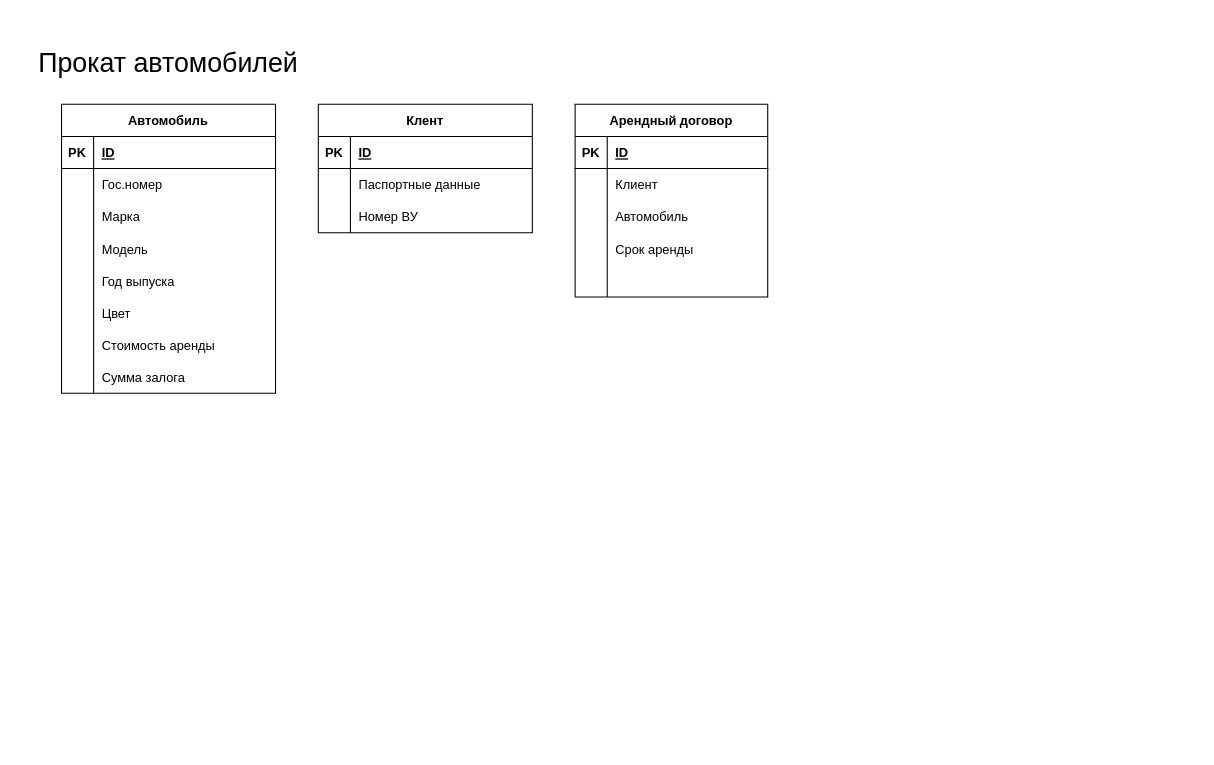
Before: er/market.drawio in agrowein/database-project, a draw.io diagram. Source tidied: cells renumbered, new cells numbered last; positions are measured from the earlier drawing's top-left corner, leaving out a move shared by most shapes. Both pictures are drawn from the tidied source at 107%, with x=0, y=0 at pixel (18, 18).
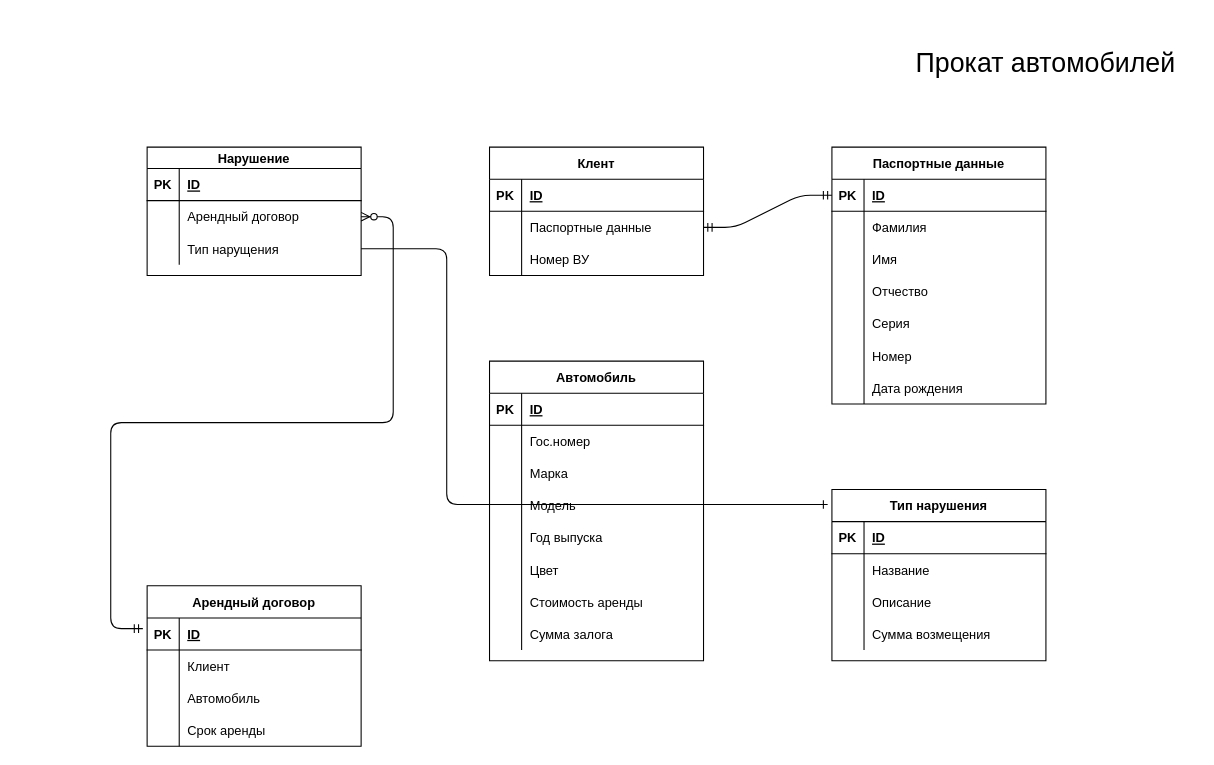
The same diagram, later.

Unchanged cells that the change refers to:
```xml
<mxCell id="32" style="shape=partialRectangle;fillColor=none;top=0;left=0;bottom=0;right=0;points=[[0,0.5],[1,0.5]];portConstraint=eastwest;" parent="28" vertex="1">
  <mxGeometry y="60" width="200" height="30" as="geometry" />
</mxCell>
```

Diff of the diagram source:
```diff
@@
     <mxCell id="2" value="&lt;font style=&quot;font-size: 25px&quot;&gt;Прокат автомобилей&lt;/font&gt;" style="text;html=1;strokeColor=none;fillColor=none;align=center;verticalAlign=middle;whiteSpace=wrap;rounded=0;" parent="1" vertex="1">
-      <mxGeometry width="280" height="80" as="geometry" />
+      <mxGeometry x="820" width="280" height="80" as="geometry" />
     </mxCell>
     <mxCell id="3" value="Автомобиль" style="shape=table;startSize=30;childLayout=tableLayout;rowLines=0;fontStyle=1;align=center;" parent="1" vertex="1">
-      <mxGeometry x="40" y="80" width="200" height="270" as="geometry" />
+      <mxGeometry x="440" y="320" width="200" height="280" as="geometry" />
     </mxCell>
@@
     <mxCell id="28" value="Клент" style="shape=table;startSize=30;childLayout=tableLayout;rowLines=0;fontStyle=1;align=center;" parent="1" vertex="1">
-      <mxGeometry x="280" y="80" width="200" height="120" as="geometry" />
+      <mxGeometry x="440" y="120" width="200" height="120" as="geometry" />
     </mxCell>
@@
     <mxCell id="38" value="Арендный договор" style="shape=table;startSize=30;childLayout=tableLayout;rowLines=0;fontStyle=1;align=center;" parent="1" vertex="1">
-      <mxGeometry x="520" y="80" width="180" height="180" as="geometry" />
+      <mxGeometry x="120" y="530" width="200" height="150" as="geometry" />
     </mxCell>
     <mxCell id="39" style="shape=partialRectangle;fillColor=none;top=0;left=0;bottom=1;right=0;" parent="38" vertex="1">
-      <mxGeometry y="30" width="180" height="30" as="geometry" />
+      <mxGeometry y="30" width="200" height="30" as="geometry" />
     </mxCell>
@@
     <mxCell id="41" value="ID" style="shape=partialRectangle;fillColor=none;top=0;left=0;bottom=0;right=0;align=left;spacingLeft=6;fontStyle=5;overflow=hidden;" parent="39" vertex="1">
-      <mxGeometry x="30" width="150" height="30" as="geometry" />
+      <mxGeometry x="30" width="170" height="30" as="geometry" />
     </mxCell>
     <mxCell id="42" style="shape=partialRectangle;fillColor=none;top=0;left=0;bottom=0;right=0;" parent="38" vertex="1">
-      <mxGeometry y="60" width="180" height="30" as="geometry" />
+      <mxGeometry y="60" width="200" height="30" as="geometry" />
     </mxCell>
@@
     <mxCell id="44" value="Клиент" style="shape=partialRectangle;fillColor=none;top=0;left=0;bottom=0;right=0;align=left;spacingLeft=6;overflow=hidden;" parent="42" vertex="1">
-      <mxGeometry x="30" width="150" height="30" as="geometry" />
+      <mxGeometry x="30" width="170" height="30" as="geometry" />
     </mxCell>
     <mxCell id="45" style="shape=partialRectangle;fillColor=none;top=0;left=0;bottom=0;right=0;" parent="38" vertex="1">
-      <mxGeometry y="90" width="180" height="30" as="geometry" />
+      <mxGeometry y="90" width="200" height="30" as="geometry" />
     </mxCell>
@@
     <mxCell id="47" value="Автомобиль" style="shape=partialRectangle;fillColor=none;top=0;left=0;bottom=0;right=0;align=left;spacingLeft=6;overflow=hidden;" parent="45" vertex="1">
-      <mxGeometry x="30" width="150" height="30" as="geometry" />
+      <mxGeometry x="30" width="170" height="30" as="geometry" />
     </mxCell>
     <mxCell id="48" style="shape=partialRectangle;fillColor=none;top=0;left=0;bottom=0;right=0;" parent="38" vertex="1">
-      <mxGeometry y="120" width="180" height="30" as="geometry" />
+      <mxGeometry y="120" width="200" height="30" as="geometry" />
     </mxCell>
@@
     <mxCell id="50" value="Срок аренды" style="shape=partialRectangle;fillColor=none;top=0;left=0;bottom=0;right=0;align=left;spacingLeft=6;overflow=hidden;" parent="48" vertex="1">
-      <mxGeometry x="30" width="150" height="30" as="geometry" />
+      <mxGeometry x="30" width="170" height="30" as="geometry" />
     </mxCell>
-    <mxCell id="51" style="shape=partialRectangle;fillColor=none;top=0;left=0;bottom=0;right=0;" parent="38" vertex="1">
-      <mxGeometry y="150" width="180" height="30" as="geometry" />
-    </mxCell>
-    <mxCell id="52" style="shape=partialRectangle;fillColor=none;top=0;left=0;bottom=0;right=0;overflow=hidden;" parent="51" vertex="1">
-      <mxGeometry width="30" height="30" as="geometry" />
-    </mxCell>
-    <mxCell id="53" style="shape=partialRectangle;fillColor=none;top=0;left=0;bottom=0;right=0;align=left;spacingLeft=6;overflow=hidden;" parent="51" vertex="1">
-      <mxGeometry x="30" width="150" height="30" as="geometry" />
-    </mxCell>
+    <mxCell id="54" value="Паспортные данные" style="shape=table;startSize=30;childLayout=tableLayout;rowLines=0;fontStyle=1;align=center;" parent="1" vertex="1">
+      <mxGeometry x="760" y="120" width="200" height="240" as="geometry" />
+    </mxCell>
+    <mxCell id="55" style="shape=partialRectangle;fillColor=none;top=0;left=0;bottom=1;right=0;points=[[0,0.5],[1,0.5]];portConstraint=eastwest;" parent="54" vertex="1">
+      <mxGeometry y="30" width="200" height="30" as="geometry" />
+    </mxCell>
+    <mxCell id="56" value="PK" style="shape=partialRectangle;fillColor=none;top=0;left=0;bottom=0;right=0;fontStyle=1;overflow=hidden;" parent="55" vertex="1">
+      <mxGeometry width="30" height="30" as="geometry" />
+    </mxCell>
+    <mxCell id="57" value="ID" style="shape=partialRectangle;fillColor=none;top=0;left=0;bottom=0;right=0;align=left;spacingLeft=6;fontStyle=5;overflow=hidden;" parent="55" vertex="1">
+      <mxGeometry x="30" width="170" height="30" as="geometry" />
+    </mxCell>
+    <mxCell id="58" style="shape=partialRectangle;fillColor=none;top=0;left=0;bottom=0;right=0;" parent="54" vertex="1">
+      <mxGeometry y="60" width="200" height="30" as="geometry" />
+    </mxCell>
+    <mxCell id="59" style="shape=partialRectangle;fillColor=none;top=0;left=0;bottom=0;right=0;overflow=hidden;" parent="58" vertex="1">
+      <mxGeometry width="30" height="30" as="geometry" />
+    </mxCell>
+    <mxCell id="60" value="Фамилия" style="shape=partialRectangle;fillColor=none;top=0;left=0;bottom=0;right=0;align=left;spacingLeft=6;overflow=hidden;" parent="58" vertex="1">
+      <mxGeometry x="30" width="170" height="30" as="geometry" />
+    </mxCell>
+    <mxCell id="61" style="shape=partialRectangle;fillColor=none;top=0;left=0;bottom=0;right=0;" parent="54" vertex="1">
+      <mxGeometry y="90" width="200" height="30" as="geometry" />
+    </mxCell>
+    <mxCell id="62" style="shape=partialRectangle;fillColor=none;top=0;left=0;bottom=0;right=0;overflow=hidden;" parent="61" vertex="1">
+      <mxGeometry width="30" height="30" as="geometry" />
+    </mxCell>
+    <mxCell id="63" value="Имя" style="shape=partialRectangle;fillColor=none;top=0;left=0;bottom=0;right=0;align=left;spacingLeft=6;overflow=hidden;" parent="61" vertex="1">
+      <mxGeometry x="30" width="170" height="30" as="geometry" />
+    </mxCell>
+    <mxCell id="64" style="shape=partialRectangle;fillColor=none;top=0;left=0;bottom=0;right=0;" parent="54" vertex="1">
+      <mxGeometry y="120" width="200" height="30" as="geometry" />
+    </mxCell>
+    <mxCell id="65" style="shape=partialRectangle;fillColor=none;top=0;left=0;bottom=0;right=0;overflow=hidden;" parent="64" vertex="1">
+      <mxGeometry width="30" height="30" as="geometry" />
+    </mxCell>
+    <mxCell id="66" value="Отчество" style="shape=partialRectangle;fillColor=none;top=0;left=0;bottom=0;right=0;align=left;spacingLeft=6;overflow=hidden;" parent="64" vertex="1">
+      <mxGeometry x="30" width="170" height="30" as="geometry" />
+    </mxCell>
+    <mxCell id="67" style="shape=partialRectangle;fillColor=none;top=0;left=0;bottom=0;right=0;" parent="54" vertex="1">
+      <mxGeometry y="150" width="200" height="30" as="geometry" />
+    </mxCell>
+    <mxCell id="68" style="shape=partialRectangle;fillColor=none;top=0;left=0;bottom=0;right=0;overflow=hidden;" parent="67" vertex="1">
+      <mxGeometry width="30" height="30" as="geometry" />
+    </mxCell>
+    <mxCell id="69" value="Серия" style="shape=partialRectangle;fillColor=none;top=0;left=0;bottom=0;right=0;align=left;spacingLeft=6;overflow=hidden;" parent="67" vertex="1">
+      <mxGeometry x="30" width="170" height="30" as="geometry" />
+    </mxCell>
+    <mxCell id="70" style="shape=partialRectangle;fillColor=none;top=0;left=0;bottom=0;right=0;" parent="54" vertex="1">
+      <mxGeometry y="180" width="200" height="30" as="geometry" />
+    </mxCell>
+    <mxCell id="71" style="shape=partialRectangle;fillColor=none;top=0;left=0;bottom=0;right=0;overflow=hidden;" parent="70" vertex="1">
+      <mxGeometry width="30" height="30" as="geometry" />
+    </mxCell>
+    <mxCell id="72" value="Номер" style="shape=partialRectangle;fillColor=none;top=0;left=0;bottom=0;right=0;align=left;spacingLeft=6;overflow=hidden;" parent="70" vertex="1">
+      <mxGeometry x="30" width="170" height="30" as="geometry" />
+    </mxCell>
+    <mxCell id="73" style="shape=partialRectangle;fillColor=none;top=0;left=0;bottom=0;right=0;" parent="54" vertex="1">
+      <mxGeometry y="210" width="200" height="30" as="geometry" />
+    </mxCell>
+    <mxCell id="74" style="shape=partialRectangle;fillColor=none;top=0;left=0;bottom=0;right=0;overflow=hidden;" parent="73" vertex="1">
+      <mxGeometry width="30" height="30" as="geometry" />
+    </mxCell>
+    <mxCell id="75" value="Дата рождения" style="shape=partialRectangle;fillColor=none;top=0;left=0;bottom=0;right=0;align=left;spacingLeft=6;overflow=hidden;" parent="73" vertex="1">
+      <mxGeometry x="30" width="170" height="30" as="geometry" />
+    </mxCell>
+    <mxCell id="76" value="Нарушение" style="shape=table;startSize=20;childLayout=tableLayout;rowLines=0;fontStyle=1;align=center;" parent="1" vertex="1">
+      <mxGeometry x="120" y="120" width="200" height="120" as="geometry" />
+    </mxCell>
+    <mxCell id="77" style="shape=partialRectangle;fillColor=none;top=0;left=0;bottom=1;right=0;" parent="76" vertex="1">
+      <mxGeometry y="20" width="200" height="30" as="geometry" />
+    </mxCell>
+    <mxCell id="78" value="PK" style="shape=partialRectangle;fillColor=none;top=0;left=0;bottom=0;right=0;fontStyle=1;overflow=hidden;" parent="77" vertex="1">
+      <mxGeometry width="30" height="30" as="geometry" />
+    </mxCell>
+    <mxCell id="79" value="ID" style="shape=partialRectangle;fillColor=none;top=0;left=0;bottom=0;right=0;align=left;spacingLeft=6;fontStyle=5;overflow=hidden;" parent="77" vertex="1">
+      <mxGeometry x="30" width="170" height="30" as="geometry" />
+    </mxCell>
+    <mxCell id="80" style="shape=partialRectangle;fillColor=none;top=0;left=0;bottom=0;right=0;points=[[0,0.5],[1,0.5]];portConstraint=eastwest;" parent="76" vertex="1">
+      <mxGeometry y="50" width="200" height="30" as="geometry" />
+    </mxCell>
+    <mxCell id="81" style="shape=partialRectangle;fillColor=none;top=0;left=0;bottom=0;right=0;overflow=hidden;" parent="80" vertex="1">
+      <mxGeometry width="30" height="30" as="geometry" />
+    </mxCell>
+    <mxCell id="82" value="Арендный договор" style="shape=partialRectangle;fillColor=none;top=0;left=0;bottom=0;right=0;align=left;spacingLeft=6;overflow=hidden;" parent="80" vertex="1">
+      <mxGeometry x="30" width="170" height="30" as="geometry" />
+    </mxCell>
+    <mxCell id="83" style="shape=partialRectangle;fillColor=none;top=0;left=0;bottom=0;right=0;points=[[0,0.5],[1,0.5]];portConstraint=eastwest;" parent="76" vertex="1">
+      <mxGeometry y="80" width="200" height="30" as="geometry" />
+    </mxCell>
+    <mxCell id="84" style="shape=partialRectangle;fillColor=none;top=0;left=0;bottom=0;right=0;overflow=hidden;" parent="83" vertex="1">
+      <mxGeometry width="30" height="30" as="geometry" />
+    </mxCell>
+    <mxCell id="85" value="Тип нарущения" style="shape=partialRectangle;fillColor=none;top=0;left=0;bottom=0;right=0;align=left;spacingLeft=6;overflow=hidden;" parent="83" vertex="1">
+      <mxGeometry x="30" width="170" height="30" as="geometry" />
+    </mxCell>
+    <mxCell id="86" value="Тип нарушения" style="shape=table;startSize=30;childLayout=tableLayout;rowLines=0;fontStyle=1;align=center;" parent="1" vertex="1">
+      <mxGeometry x="760" y="440" width="200" height="160" as="geometry" />
+    </mxCell>
+    <mxCell id="87" style="shape=partialRectangle;fillColor=none;top=0;left=0;bottom=1;right=0;" parent="86" vertex="1">
+      <mxGeometry y="30" width="200" height="30" as="geometry" />
+    </mxCell>
+    <mxCell id="88" value="PK" style="shape=partialRectangle;fillColor=none;top=0;left=0;bottom=0;right=0;fontStyle=1;overflow=hidden;" parent="87" vertex="1">
+      <mxGeometry width="30" height="30" as="geometry" />
+    </mxCell>
+    <mxCell id="89" value="ID" style="shape=partialRectangle;fillColor=none;top=0;left=0;bottom=0;right=0;align=left;spacingLeft=6;fontStyle=5;overflow=hidden;" parent="87" vertex="1">
+      <mxGeometry x="30" width="170" height="30" as="geometry" />
+    </mxCell>
+    <mxCell id="90" style="shape=partialRectangle;fillColor=none;top=0;left=0;bottom=0;right=0;" parent="86" vertex="1">
+      <mxGeometry y="60" width="200" height="30" as="geometry" />
+    </mxCell>
+    <mxCell id="91" style="shape=partialRectangle;fillColor=none;top=0;left=0;bottom=0;right=0;overflow=hidden;" parent="90" vertex="1">
+      <mxGeometry width="30" height="30" as="geometry" />
+    </mxCell>
+    <mxCell id="92" value="Название" style="shape=partialRectangle;fillColor=none;top=0;left=0;bottom=0;right=0;align=left;spacingLeft=6;overflow=hidden;" parent="90" vertex="1">
+      <mxGeometry x="30" width="170" height="30" as="geometry" />
+    </mxCell>
+    <mxCell id="93" style="shape=partialRectangle;fillColor=none;top=0;left=0;bottom=0;right=0;" parent="86" vertex="1">
+      <mxGeometry y="90" width="200" height="30" as="geometry" />
+    </mxCell>
+    <mxCell id="94" style="shape=partialRectangle;fillColor=none;top=0;left=0;bottom=0;right=0;overflow=hidden;" parent="93" vertex="1">
+      <mxGeometry width="30" height="30" as="geometry" />
+    </mxCell>
+    <mxCell id="95" value="Описание" style="shape=partialRectangle;fillColor=none;top=0;left=0;bottom=0;right=0;align=left;spacingLeft=6;overflow=hidden;" parent="93" vertex="1">
+      <mxGeometry x="30" width="170" height="30" as="geometry" />
+    </mxCell>
+    <mxCell id="96" style="shape=partialRectangle;fillColor=none;top=0;left=0;bottom=0;right=0;" parent="86" vertex="1">
+      <mxGeometry y="120" width="200" height="30" as="geometry" />
+    </mxCell>
+    <mxCell id="97" style="shape=partialRectangle;fillColor=none;top=0;left=0;bottom=0;right=0;overflow=hidden;" parent="96" vertex="1">
+      <mxGeometry width="30" height="30" as="geometry" />
+    </mxCell>
+    <mxCell id="98" value="Сумма возмещения" style="shape=partialRectangle;fillColor=none;top=0;left=0;bottom=0;right=0;align=left;spacingLeft=6;overflow=hidden;" parent="96" vertex="1">
+      <mxGeometry x="30" width="170" height="30" as="geometry" />
+    </mxCell>
+    <mxCell id="99" style="edgeStyle=entityRelationEdgeStyle;fontSize=12;html=1;endArrow=ERmandOne;startArrow=ERmandOne;exitX=1;exitY=0.5;exitDx=0;exitDy=0;entryX=0;entryY=0.5;entryDx=0;entryDy=0;" parent="1" edge="1" source="32" target="55">
+      <mxGeometry relative="1" as="geometry" />
+    </mxCell>
+    <mxCell id="100" style="edgeStyle=entityRelationEdgeStyle;fontSize=12;html=1;endArrow=ERmandOne;endFill=0;exitX=1;exitY=0.5;exitDx=0;exitDy=0;startArrow=ERzeroToMany;startFill=1;" parent="1" edge="1" source="80">
+      <mxGeometry relative="1" as="geometry">
+        <mxPoint x="116" y="570" as="targetPoint" />
+      </mxGeometry>
+    </mxCell>
+    <mxCell id="101" style="edgeStyle=elbowEdgeStyle;fontSize=12;html=1;endArrow=ERone;endFill=1;exitX=1;exitY=0.5;exitDx=0;exitDy=0;" parent="1" edge="1" source="83">
+      <mxGeometry relative="1" as="geometry">
+        <mxPoint x="756" y="454" as="targetPoint" />
+        <Array as="points">
+          <mxPoint x="400" y="360" />
+        </Array>
+      </mxGeometry>
+    </mxCell>
```
